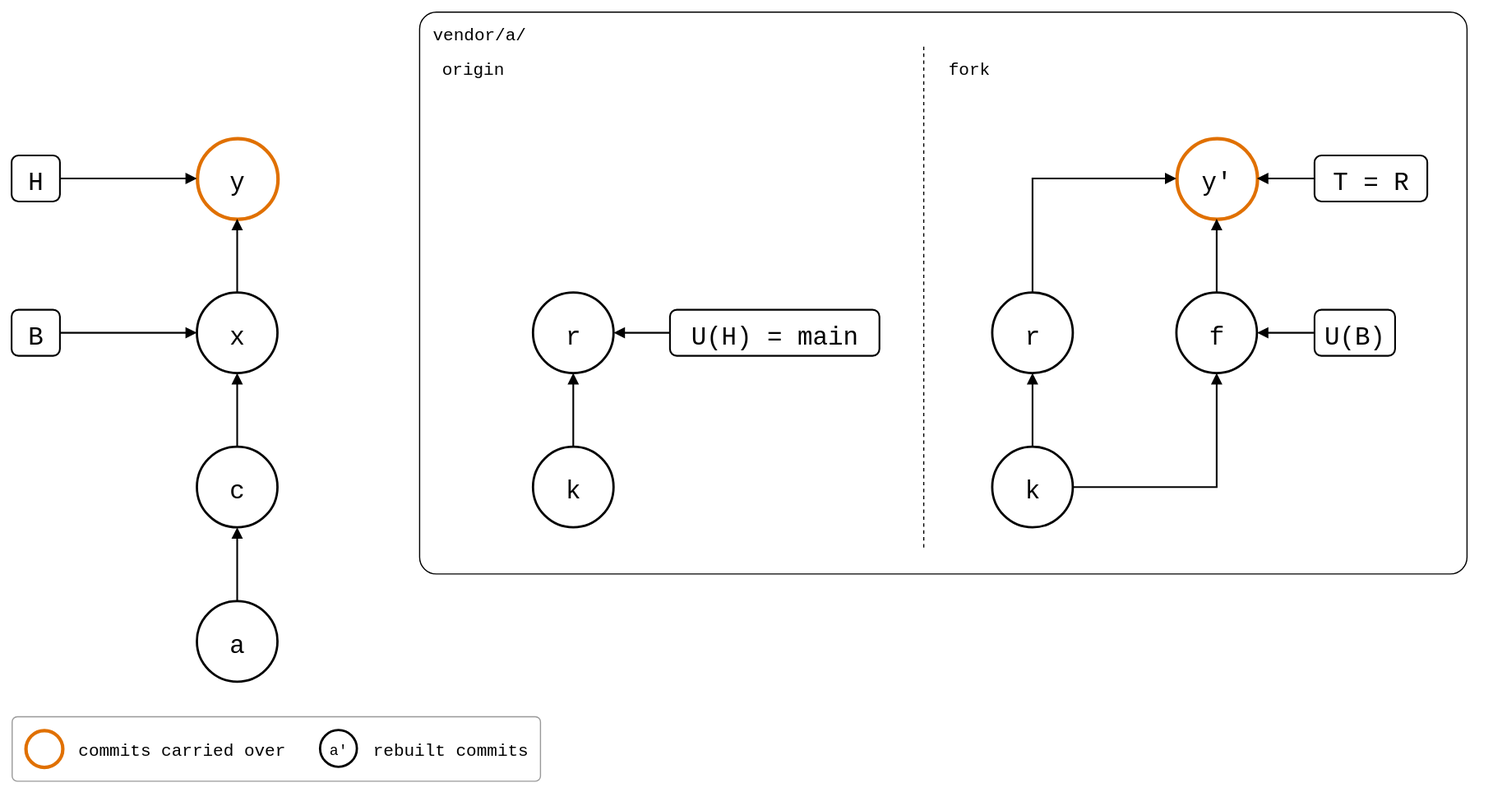
roschaefer/git-splice keeps this draw.io diagram as docs/09-scenarios/04-upstreams/02-several-upstreams/several-upstreams.drawio.svg. Above is the earlier version. Source tidied: cells renumbered, new cells last; positions are measured from the earlier drawing's top-left corner, leaving out a move shared by most shapes. Its diagram source:
```xml
<mxGraphModel background="#ffffff">
  <root>
    <mxCell id="0" />
    <mxCell id="1" parent="0" />
    <mxCell id="2" value="vendor/a/" style="rounded=1;arcSize=3;fillColor=none;strokeWidth=1;fontSize=15;verticalAlign=top;align=left;spacingLeft=10;spacingTop=4;fontFamily=Roboto Mono,monospace;" parent="1" vertex="1">
      <mxGeometry x="354" width="910" height="488" as="geometry" />
    </mxCell>
    <mxCell id="3" style="line;direction=south;dashed=1;strokeWidth=1;" parent="1" vertex="1">
      <mxGeometry x="782" y="30" width="20" height="438" as="geometry" />
    </mxCell>
    <mxCell id="4" value="origin" style="text;fontSize=15;align=left;verticalAlign=top;fontFamily=Roboto Mono,monospace;" parent="1" vertex="1">
      <mxGeometry x="372" y="34" width="120" height="24" as="geometry" />
    </mxCell>
    <mxCell id="5" value="fork" style="text;fontSize=15;align=left;verticalAlign=top;fontFamily=Roboto Mono,monospace;" parent="1" vertex="1">
      <mxGeometry x="812" y="34" width="120" height="24" as="geometry" />
    </mxCell>
    <mxCell id="6" value="y" style="ellipse;fontSize=22;fontFamily=Roboto Mono,monospace;strokeColor=#E07000;strokeWidth=3;" parent="1" vertex="1">
      <mxGeometry x="161" y="110" width="70" height="70" as="geometry" />
    </mxCell>
    <mxCell id="7" value="x" style="ellipse;strokeWidth=2;fontSize=22;fontFamily=Roboto Mono,monospace;" parent="1" vertex="1">
      <mxGeometry x="161" y="244" width="70" height="70" as="geometry" />
    </mxCell>
    <mxCell id="8" value="c" style="ellipse;strokeWidth=2;fontSize=22;fontFamily=Roboto Mono,monospace;" parent="1" vertex="1">
      <mxGeometry x="161" y="378" width="70" height="70" as="geometry" />
    </mxCell>
    <mxCell id="9" value="a" style="ellipse;strokeWidth=2;fontSize=22;fontFamily=Roboto Mono,monospace;" parent="1" vertex="1">
      <mxGeometry x="161" y="512" width="70" height="70" as="geometry" />
    </mxCell>
    <mxCell id="10" value="r" style="ellipse;strokeWidth=2;fontSize=22;fontFamily=Roboto Mono,monospace;" parent="1" vertex="1">
      <mxGeometry x="453" y="244" width="70" height="70" as="geometry" />
    </mxCell>
    <mxCell id="11" value="k" style="ellipse;strokeWidth=2;fontSize=22;fontFamily=Roboto Mono,monospace;" parent="1" vertex="1">
      <mxGeometry x="453" y="378" width="70" height="70" as="geometry" />
    </mxCell>
    <mxCell id="12" value="r" style="ellipse;strokeWidth=2;fontSize=22;fontFamily=Roboto Mono,monospace;" parent="1" vertex="1">
      <mxGeometry x="852" y="244" width="70" height="70" as="geometry" />
    </mxCell>
    <mxCell id="13" value="k" style="ellipse;strokeWidth=2;fontSize=22;fontFamily=Roboto Mono,monospace;" parent="1" vertex="1">
      <mxGeometry x="852" y="378" width="70" height="70" as="geometry" />
    </mxCell>
    <mxCell id="14" value="f" style="ellipse;strokeWidth=2;fontSize=22;fontFamily=Roboto Mono,monospace;" parent="1" vertex="1">
      <mxGeometry x="1012" y="244" width="70" height="70" as="geometry" />
    </mxCell>
    <mxCell id="15" value="y'" style="ellipse;fontSize=22;fontFamily=Roboto Mono,monospace;strokeColor=#E07000;strokeWidth=3;" parent="1" vertex="1">
      <mxGeometry x="1012" y="110" width="70" height="70" as="geometry" />
    </mxCell>
    <mxCell id="16" value="H" style="rounded=1;strokeWidth=1.5;fontSize=22;fontFamily=Roboto Mono,monospace;" parent="1" vertex="1">
      <mxGeometry y="125" width="42" height="40" as="geometry" />
    </mxCell>
    <mxCell id="17" value="B" style="rounded=1;strokeWidth=1.5;fontSize=22;fontFamily=Roboto Mono,monospace;" parent="1" vertex="1">
      <mxGeometry y="259" width="42" height="40" as="geometry" />
    </mxCell>
    <mxCell id="18" value="U(H) = main" style="rounded=1;strokeWidth=1.5;fontSize=22;fontFamily=Roboto Mono,monospace;" parent="1" vertex="1">
      <mxGeometry x="572" y="259" width="182" height="40" as="geometry" />
    </mxCell>
    <mxCell id="19" value="T = R" style="rounded=1;strokeWidth=1.5;fontSize=22;fontFamily=Roboto Mono,monospace;" parent="1" vertex="1">
      <mxGeometry x="1132" y="125" width="98" height="40" as="geometry" />
    </mxCell>
    <mxCell id="20" value="U(B)" style="rounded=1;strokeWidth=1.5;fontSize=22;fontFamily=Roboto Mono,monospace;" parent="1" vertex="1">
      <mxGeometry x="1132" y="259" width="70" height="40" as="geometry" />
    </mxCell>
    <mxCell id="21" style="endArrow=block;endFill=1;html=1;strokeWidth=1.5;rounded=0;" parent="1" edge="1" source="9" target="8">
      <mxGeometry relative="1" as="geometry" />
    </mxCell>
    <mxCell id="22" style="endArrow=block;endFill=1;html=1;strokeWidth=1.5;rounded=0;" parent="1" edge="1" source="8" target="7">
      <mxGeometry relative="1" as="geometry" />
    </mxCell>
    <mxCell id="23" style="endArrow=block;endFill=1;html=1;strokeWidth=1.5;rounded=0;" parent="1" edge="1" source="7" target="6">
      <mxGeometry relative="1" as="geometry" />
    </mxCell>
    <mxCell id="24" style="endArrow=block;endFill=1;html=1;strokeWidth=1.5;rounded=0;" parent="1" edge="1" source="11" target="10">
      <mxGeometry relative="1" as="geometry" />
    </mxCell>
    <mxCell id="25" style="endArrow=block;endFill=1;html=1;strokeWidth=1.5;rounded=0;" parent="1" edge="1" source="13" target="12">
      <mxGeometry relative="1" as="geometry" />
    </mxCell>
    <mxCell id="26" style="endArrow=block;endFill=1;html=1;strokeWidth=1.5;rounded=0;edgeStyle=orthogonalEdgeStyle;exitX=1;exitY=0.5;entryX=0.5;entryY=1;" parent="1" edge="1" source="13" target="14">
      <mxGeometry relative="1" as="geometry" />
    </mxCell>
    <mxCell id="27" style="endArrow=block;endFill=1;html=1;strokeWidth=1.5;rounded=0;" parent="1" edge="1" source="14" target="15">
      <mxGeometry relative="1" as="geometry" />
    </mxCell>
    <mxCell id="28" style="endArrow=block;endFill=1;html=1;strokeWidth=1.5;rounded=0;edgeStyle=orthogonalEdgeStyle;exitX=0.5;exitY=0;entryX=0;entryY=0.5;" parent="1" edge="1" source="12" target="15">
      <mxGeometry relative="1" as="geometry" />
    </mxCell>
    <mxCell id="29" style="endArrow=block;endFill=1;html=1;strokeWidth=1.5;rounded=0;" parent="1" edge="1" source="16" target="6">
      <mxGeometry relative="1" as="geometry" />
    </mxCell>
    <mxCell id="30" style="endArrow=block;endFill=1;html=1;strokeWidth=1.5;rounded=0;" parent="1" edge="1" source="17" target="7">
      <mxGeometry relative="1" as="geometry" />
    </mxCell>
    <mxCell id="31" style="endArrow=block;endFill=1;html=1;strokeWidth=1.5;rounded=0;" parent="1" edge="1" source="18" target="10">
      <mxGeometry relative="1" as="geometry" />
    </mxCell>
    <mxCell id="32" style="endArrow=block;endFill=1;html=1;strokeWidth=1.5;rounded=0;" parent="1" edge="1" source="19" target="15">
      <mxGeometry relative="1" as="geometry" />
    </mxCell>
    <mxCell id="33" style="endArrow=block;endFill=1;html=1;strokeWidth=1.5;rounded=0;" parent="1" edge="1" source="20" target="14">
      <mxGeometry relative="1" as="geometry" />
    </mxCell>
    <mxCell id="34" style="rounded=1;arcSize=8;fillColor=none;strokeColor=#999999;strokeWidth=1;legend=1;" parent="1" vertex="1">
      <mxGeometry y="612" width="459" height="56" as="geometry" />
    </mxCell>
    <mxCell id="35" style="ellipse;fontSize=13;fontFamily=Roboto Mono,monospace;strokeColor=#E07000;strokeWidth=3;" parent="34" vertex="1">
      <mxGeometry x="12" y="12" width="32" height="32" as="geometry" />
    </mxCell>
    <mxCell id="36" value="commits carried over" style="text;align=left;verticalAlign=middle;fontSize=15;fontFamily=Roboto Mono,monospace;" parent="34" vertex="1">
      <mxGeometry x="56" y="12" width="180" height="32" as="geometry" />
    </mxCell>
    <mxCell id="37" value="a'" style="ellipse;fontSize=13;fontFamily=Roboto Mono,monospace;strokeWidth=2;" parent="34" vertex="1">
      <mxGeometry x="268" y="12" width="32" height="32" as="geometry" />
    </mxCell>
    <mxCell id="38" value="rebuilt commits" style="text;align=left;verticalAlign=middle;fontSize=15;fontFamily=Roboto Mono,monospace;" parent="34" vertex="1">
      <mxGeometry x="312" y="12" width="135" height="32" as="geometry" />
    </mxCell>
  </root>
</mxGraphModel>
```
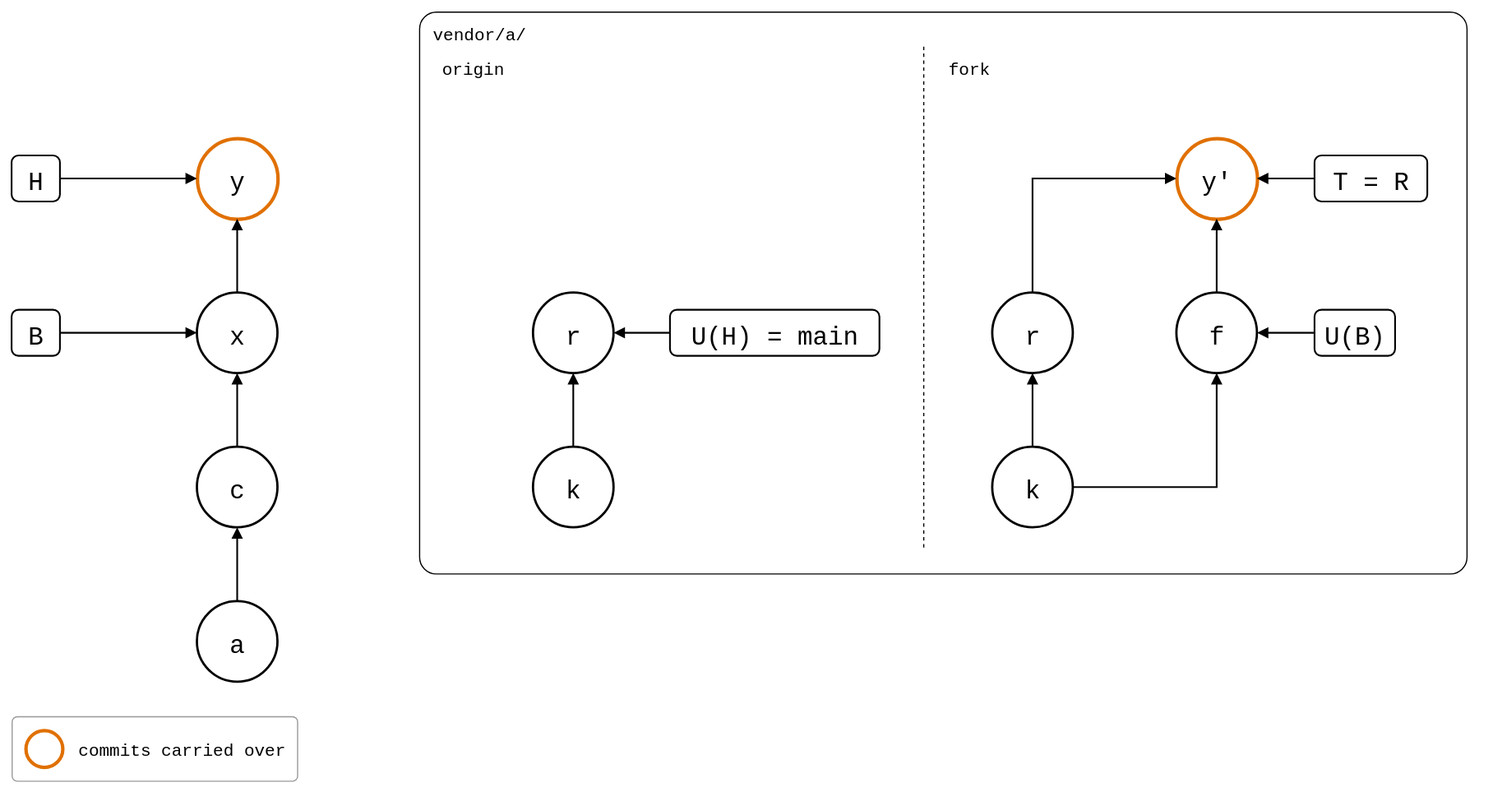
Above is the later version.

Diff of the diagram source:
```diff
@@ -99,7 +99,7 @@
       <mxGeometry relative="1" as="geometry" />
     </mxCell>
     <mxCell id="34" style="rounded=1;arcSize=8;fillColor=none;strokeColor=#999999;strokeWidth=1;legend=1;" parent="1" vertex="1">
-      <mxGeometry y="612" width="459" height="56" as="geometry" />
+      <mxGeometry y="612" width="248" height="56" as="geometry" />
     </mxCell>
     <mxCell id="35" style="ellipse;fontSize=13;fontFamily=Roboto Mono,monospace;strokeColor=#E07000;strokeWidth=3;" parent="34" vertex="1">
       <mxGeometry x="12" y="12" width="32" height="32" as="geometry" />
@@ -107,11 +107,5 @@
     <mxCell id="36" value="commits carried over" style="text;align=left;verticalAlign=middle;fontSize=15;fontFamily=Roboto Mono,monospace;" parent="34" vertex="1">
       <mxGeometry x="56" y="12" width="180" height="32" as="geometry" />
     </mxCell>
-    <mxCell id="37" value="a'" style="ellipse;fontSize=13;fontFamily=Roboto Mono,monospace;strokeWidth=2;" parent="34" vertex="1">
-      <mxGeometry x="268" y="12" width="32" height="32" as="geometry" />
-    </mxCell>
-    <mxCell id="38" value="rebuilt commits" style="text;align=left;verticalAlign=middle;fontSize=15;fontFamily=Roboto Mono,monospace;" parent="34" vertex="1">
-      <mxGeometry x="312" y="12" width="135" height="32" as="geometry" />
-    </mxCell>
   </root>
 </mxGraphModel>
```
